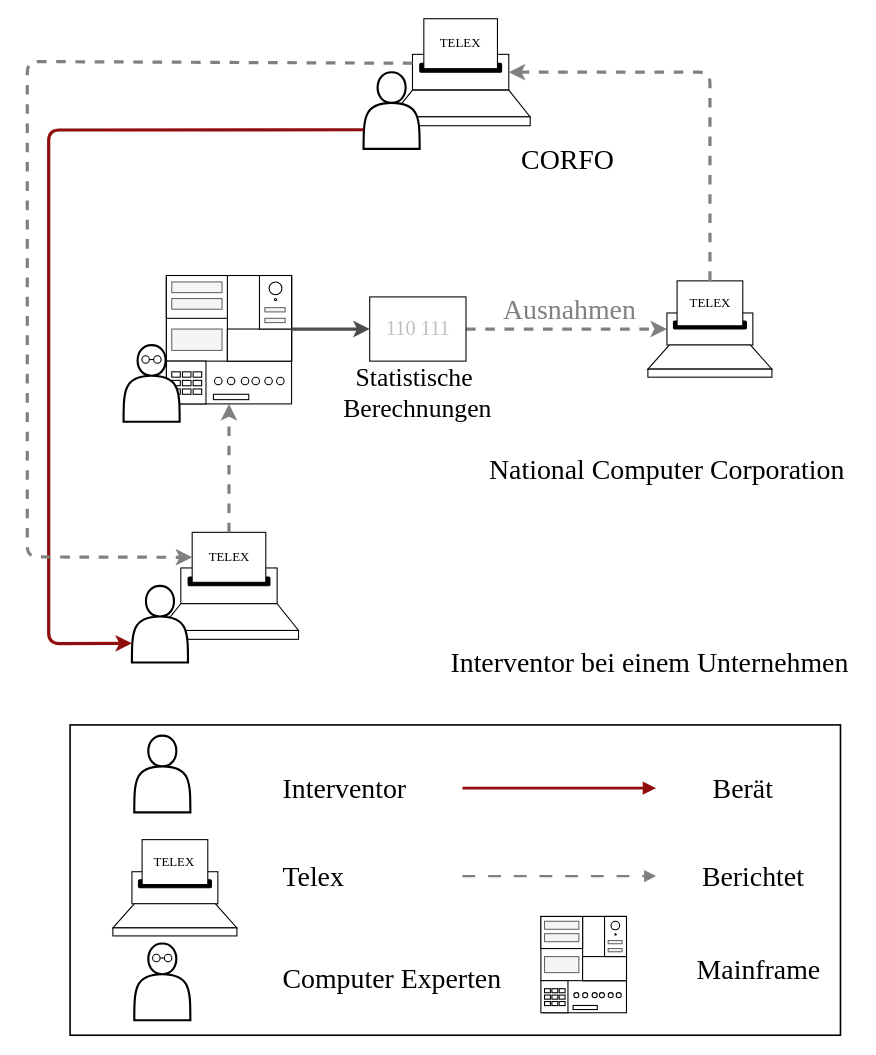
Above: abbildungen/Telex-Aufbau.drawio in LevinTheDoctor/fom-typst-template (draw.io), before the change. Source tidied: cells renumbered, new cells numbered last; positions are measured from the earlier drawing's top-left corner, leaving out a move shared by most shapes. Both pictures are drawn from the tidied source at 107%, with x=0, y=0 at pixel (27, 18).
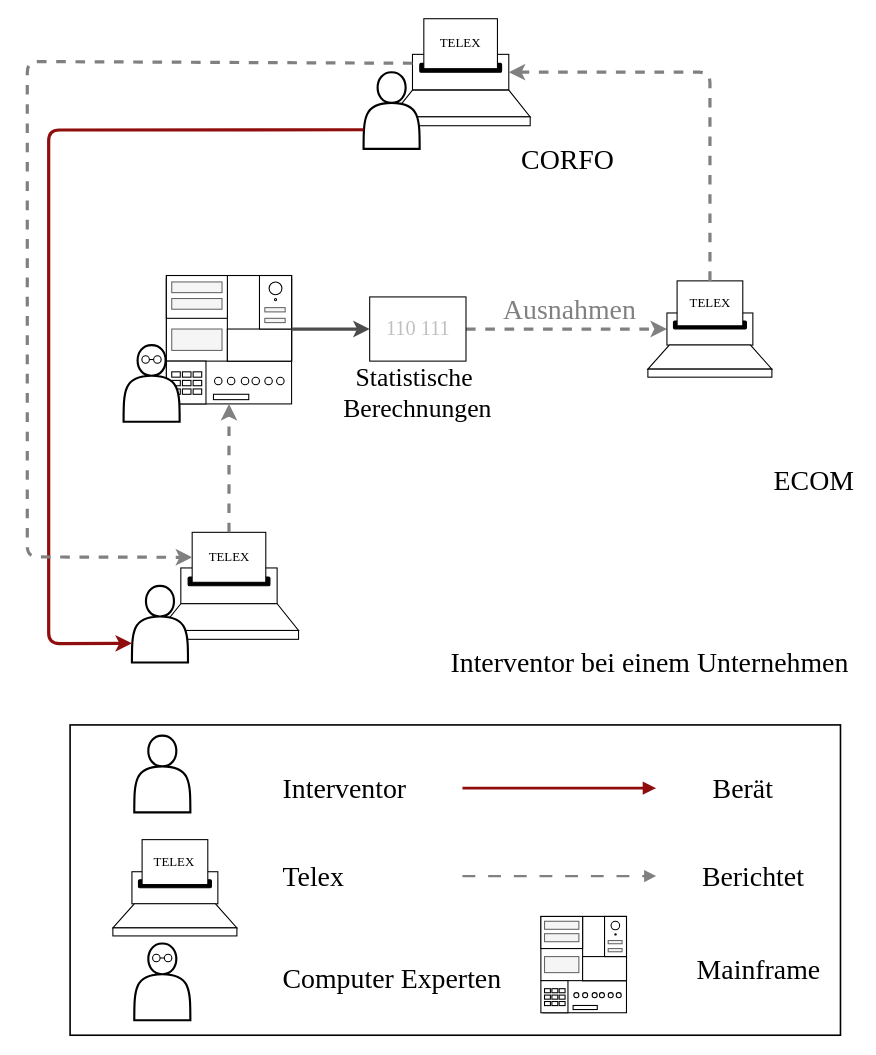
The same diagram, later.

What changed in the source:
```diff
@@
-    <mxCell id="107" value="National Computer Corporation&amp;nbsp;" style="text;html=1;align=left;verticalAlign=middle;fontFamily=Times New Roman;fontSize=26;fontColor=#000000;" parent="1" vertex="1">
-      <mxGeometry x="430" y="390" width="286.6" height="64.4" as="geometry" />
+    <mxCell id="107" value="ECOM" style="text;html=1;align=left;verticalAlign=middle;fontFamily=Times New Roman;fontSize=26;fontColor=#000000;" parent="1" vertex="1">
+      <mxGeometry x="695.9" y="400" width="80" height="64.4" as="geometry" />
     </mxCell>
```
